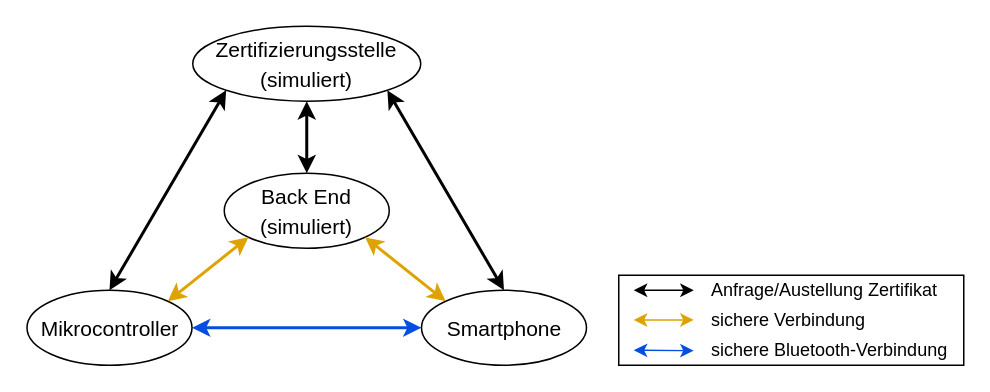
Earlier version of the draw.io diagram doc/bachelor_thesis_german/graphics/source/impl_topologie.drawio (immrn/secure-ble-for-esp32-android). Source tidied: cells renumbered, new cells numbered last; positions are measured from the earlier drawing's top-left corner, leaving out a move shared by most shapes. Both pictures are drawn from the tidied source at 150%, with x=0, y=0 at pixel (27, 26).
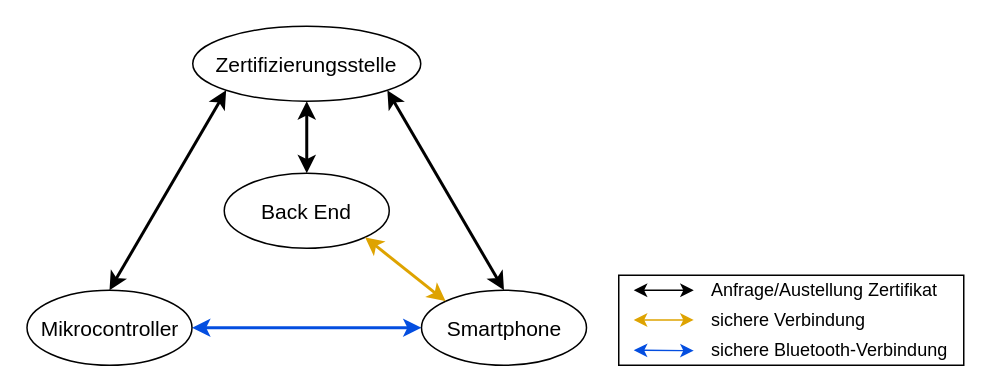
The same diagram, later.

Unchanged cells that the change refers to:
```xml
<mxCell id="12" value="&lt;font style=&quot;font-size: 14px&quot;&gt;Mikrocontroller&lt;/font&gt;" style="ellipse;whiteSpace=wrap;html=1;fontSize=16;" parent="1" vertex="1">
  <mxGeometry x="-0.5" y="176" width="110" height="50" as="geometry" />
</mxCell>
```

Change to the diagram source:
```diff
@@
-    <mxCell id="11" value="&lt;font style=&quot;font-size: 14px&quot;&gt;Zertifizierungsstelle&lt;br&gt;(simuliert)&lt;br&gt;&lt;/font&gt;" style="ellipse;whiteSpace=wrap;html=1;fontSize=16;" parent="1" vertex="1">
+    <mxCell id="11" value="&lt;font style=&quot;font-size: 14px&quot;&gt;Zertifizierungsstelle&lt;br&gt;&lt;/font&gt;" style="ellipse;whiteSpace=wrap;html=1;fontSize=16;" parent="1" vertex="1">
       <mxGeometry x="110" width="152" height="50" as="geometry" />
     </mxCell>
@@
-    <mxCell id="14" value="&lt;font style=&quot;font-size: 14px&quot;&gt;Back End&lt;br&gt;(simuliert)&lt;/font&gt;" style="ellipse;whiteSpace=wrap;html=1;fontSize=16;" parent="1" vertex="1">
+    <mxCell id="14" value="&lt;font style=&quot;font-size: 14px&quot;&gt;Back End&lt;br&gt;&lt;/font&gt;" style="ellipse;whiteSpace=wrap;html=1;fontSize=16;" parent="1" vertex="1">
       <mxGeometry x="131" y="98" width="110" height="50" as="geometry" />
     </mxCell>
-    <mxCell id="15" style="endArrow=classic;startArrow=classic;html=1;entryX=0;entryY=1;entryDx=0;entryDy=0;strokeWidth=2;exitX=1;exitY=0;exitDx=0;exitDy=0;strokeColor=#DEA300;" parent="1" edge="1" source="12" target="14">
-      <mxGeometry relative="1" as="geometry" />
-    </mxCell>
```
